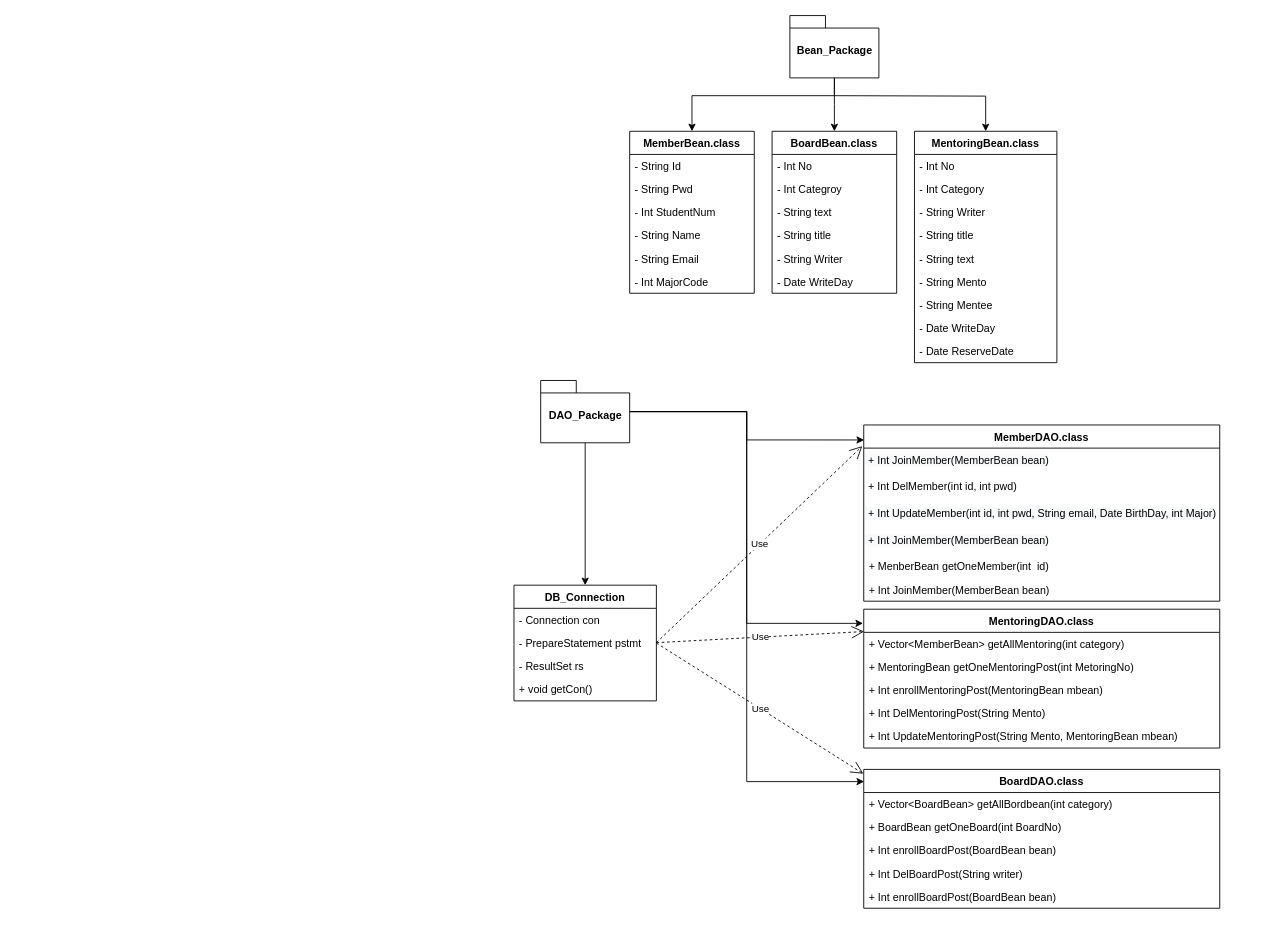
Before: Project_Design/UML/MenMeet_Web_UML.drawio in Men-Toss/Men-Meet, a draw.io diagram. Source tidied: cells renumbered, new cells numbered last; positions are measured from the earlier drawing's top-left corner, leaving out a move shared by most shapes. Both pictures are drawn from the tidied source at 89%, with x=0, y=0 at pixel (514, 15).
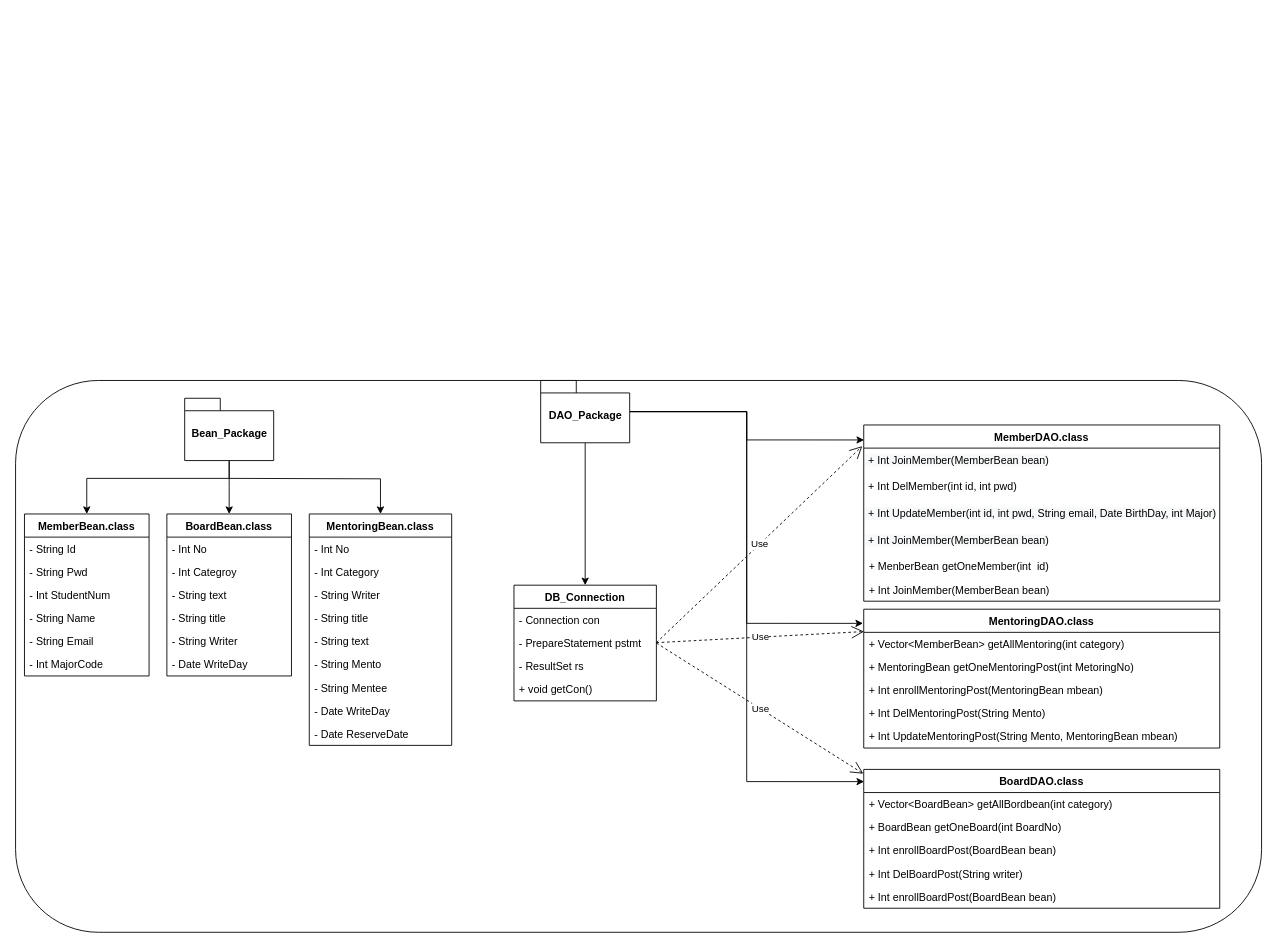
Above is the later version.

Change to the diagram source:
```diff
@@
+    <mxCell id="62" style="rounded=1;whiteSpace=wrap;html=1;" parent="1" vertex="1">
+      <mxGeometry x="-560" y="410" width="1400" height="620" as="geometry" />
+    </mxCell>
     <mxCell id="2" value="MemberBean.class" style="swimlane;fontStyle=1;horizontal=1;startSize=26;fillColor=none;" parent="1" vertex="1">
-      <mxGeometry x="130" y="130" width="140" height="182" as="geometry" />
+      <mxGeometry x="-550" y="560" width="140" height="182" as="geometry" />
     </mxCell>
@@
     <mxCell id="9" value="MentoringBean.class" style="swimlane;fontStyle=1;align=center;verticalAlign=top;horizontal=1;startSize=26;" parent="1" vertex="1">
-      <mxGeometry x="450" y="130" width="160" height="260" as="geometry" />
+      <mxGeometry x="-230" y="560" width="160" height="260" as="geometry" />
     </mxCell>
@@
     <mxCell id="38" value="BoardBean.class" style="swimlane;fontStyle=1;horizontal=1;startSize=26;fillColor=none;" parent="1" vertex="1">
-      <mxGeometry x="290" y="130" width="140" height="182" as="geometry" />
+      <mxGeometry x="-390" y="560" width="140" height="182" as="geometry" />
     </mxCell>
@@
     <mxCell id="45" style="edgeStyle=orthogonalEdgeStyle;rounded=0;jettySize=auto;html=1;entryX=0.5;entryY=0;entryDx=0;entryDy=0;" parent="1" edge="1" source="48" target="38">
       <mxGeometry relative="1" as="geometry">
         <Array as="points">
-          <mxPoint x="360" y="100" />
-          <mxPoint x="360" y="100" />
+          <mxPoint x="-320" y="530" />
+          <mxPoint x="-320" y="530" />
         </Array>
       </mxGeometry>
     </mxCell>
     <mxCell id="46" style="edgeStyle=orthogonalEdgeStyle;rounded=0;jettySize=auto;html=1;entryX=0.5;entryY=0;entryDx=0;entryDy=0;" parent="1" edge="1" target="9">
       <mxGeometry relative="1" as="geometry">
-        <mxPoint x="360" y="90" as="sourcePoint" />
+        <mxPoint x="-320" y="520" as="sourcePoint" />
       </mxGeometry>
     </mxCell>
     <mxCell id="47" style="edgeStyle=orthogonalEdgeStyle;rounded=0;jettySize=auto;html=1;exitX=0.5;exitY=1;exitDx=0;exitDy=0;exitPerimeter=0;entryX=0.5;entryY=0;entryDx=0;entryDy=0;" parent="1" edge="1" source="48" target="2">
       <mxGeometry relative="1" as="geometry">
         <Array as="points">
-          <mxPoint x="360" y="90" />
-          <mxPoint x="200" y="90" />
+          <mxPoint x="-320" y="520" />
+          <mxPoint x="-480" y="520" />
         </Array>
       </mxGeometry>
     </mxCell>
     <mxCell id="48" value="Bean_Package" style="shape=folder;fontStyle=1;spacingTop=10;tabWidth=40;tabHeight=14;tabPosition=left;html=1;" parent="1" vertex="1">
-      <mxGeometry x="310" width="100" height="70" as="geometry" />
+      <mxGeometry x="-370" y="430" width="100" height="70" as="geometry" />
     </mxCell>
```
